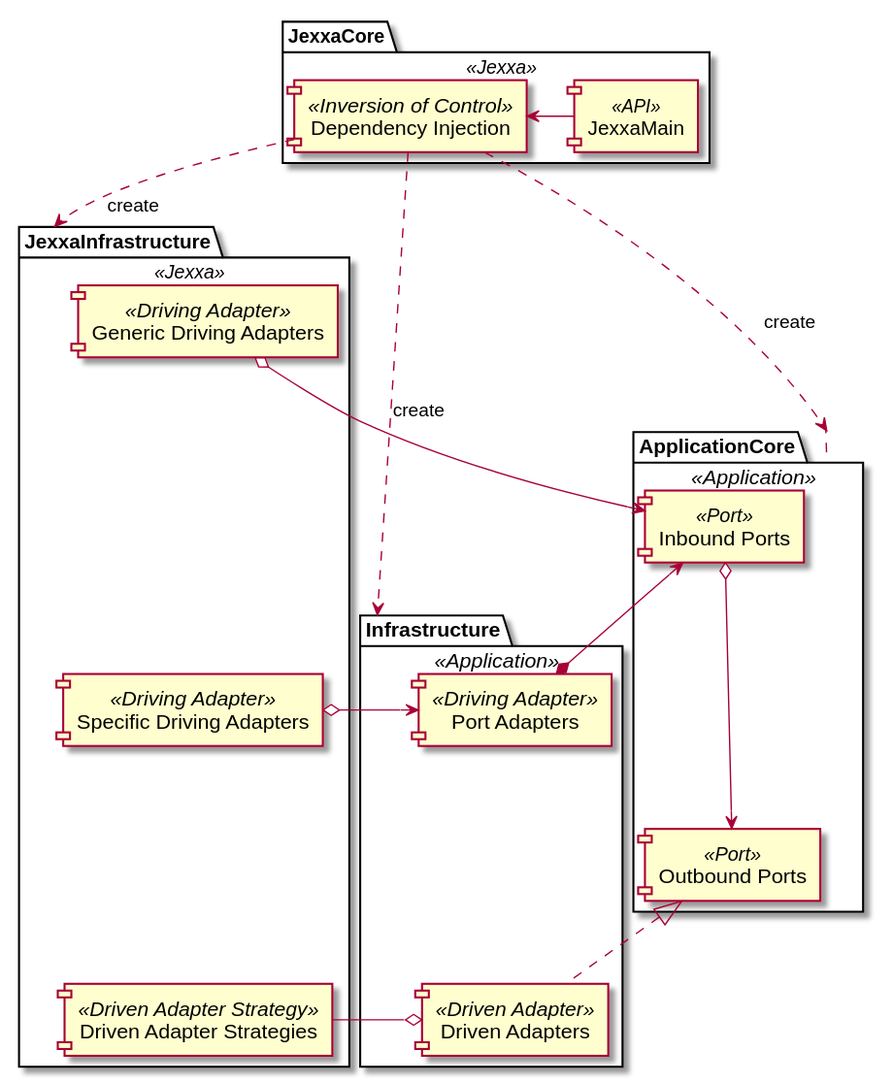
Before: docs/images/JexxaComponents.svg, a diagram exported from PlantUML (jexxa-projects/Jexxa).
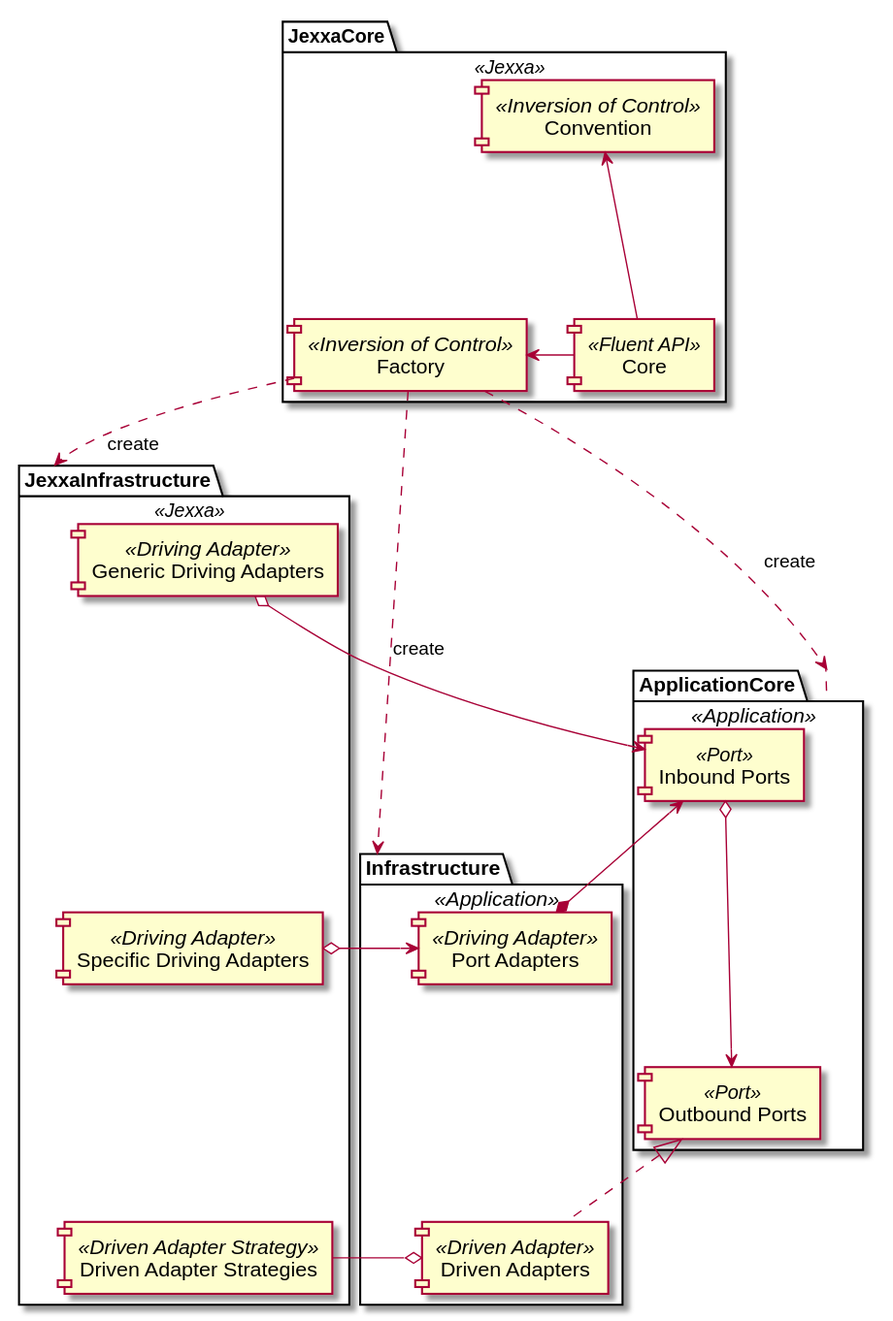
After the commit.

What changed in the source:
```diff
@@ -2,8 +2,9 @@
 skinparam PackagePadding 20
 
 package JexxaCore <<Jexxa>> {
-[JexxaMain] <<API>>
-[Dependency Injection] <<Inversion of Control>>
+[Convention] <<Inversion of Control>>
+[Core] <<Fluent API>>
+[Factory] <<Inversion of Control>>
 }
 
 package JexxaInfrastructure <<Jexxa>> {
@@ -30,15 +31,16 @@
 [Outbound Ports] <|.. [Driven Adapters]
 [Driven Adapters] o-left-[Driven Adapter Strategies]
 
-[Dependency Injection] ..> Infrastructure : create
-[Dependency Injection] ..> ApplicationCore : create
-[Dependency Injection] ..> JexxaInfrastructure : create
+[Factory] ..> Infrastructure : create
+[Factory] ..> ApplicationCore : create
+[Factory] ..> JexxaInfrastructure : create
 
 [Generic Driving Adapters] -[hidden]- [Port Adapters]
 [Generic Driving Adapters] -[hidden]- [Specific Driving Adapters]
 [Specific Driving Adapters] -[hidden]- [Driven Adapter Strategies]
 [Port Adapters] -[hidden]- [Driven Adapters]
 
-[JexxaMain] -left-> [Dependency Injection]
+[Core] -left-> [Factory]
+[Core] -up-> [Convention]
 
 @enduml
```
